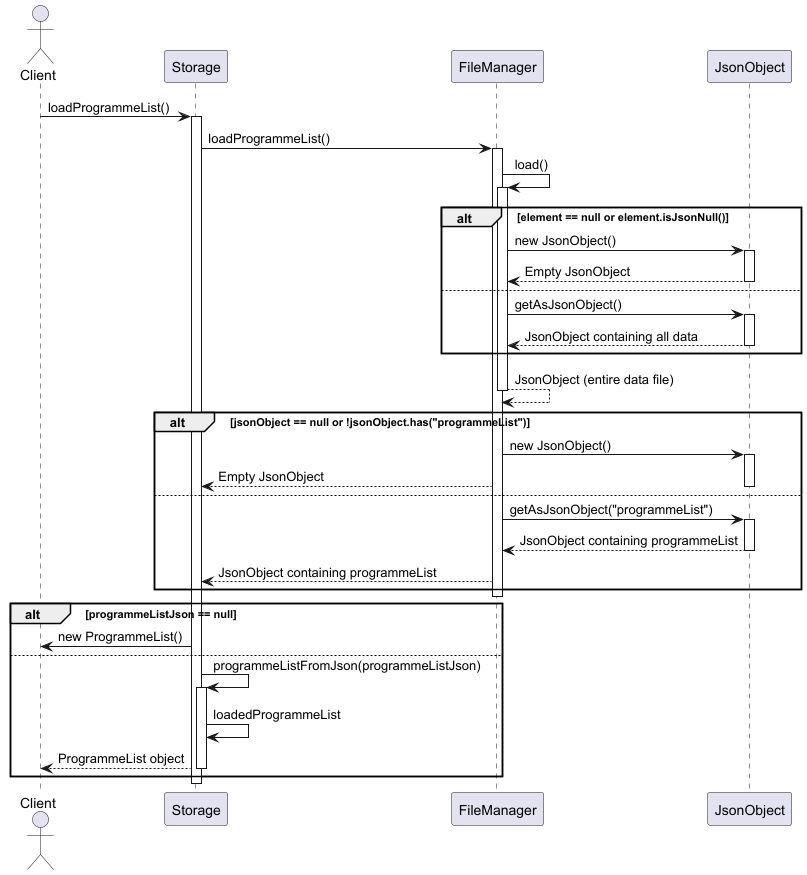
Before: docs/images/loadProgrammeListSeqenceDiagram.png, a diagram exported from PlantUML (nus-cs2113-AY2425S1/tp).
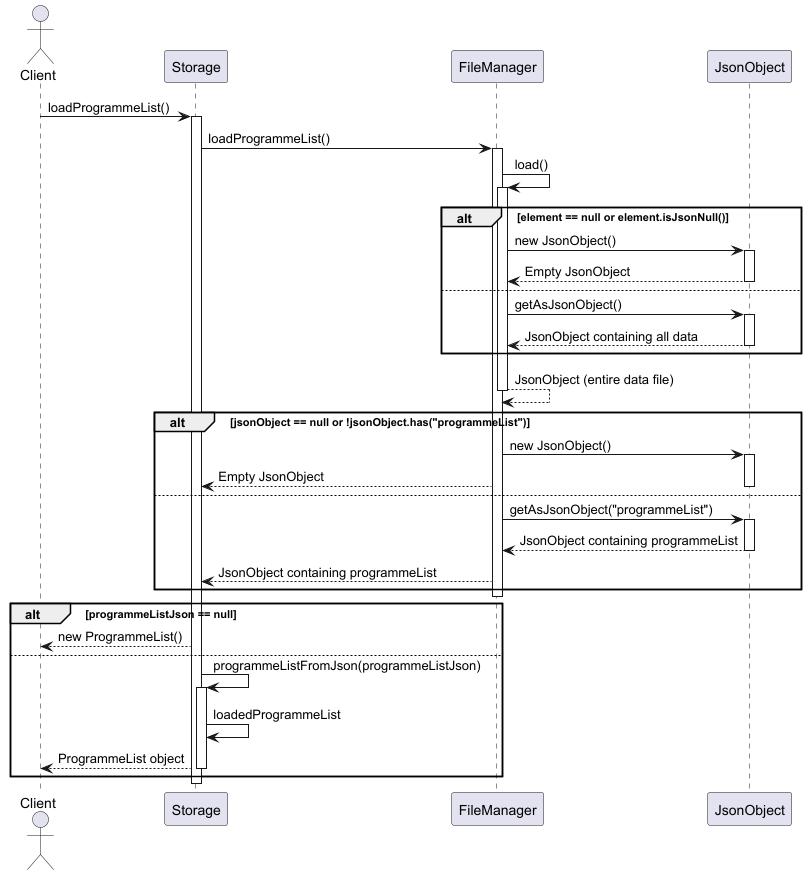
The same diagram one commit later.

Commit message:
Upload Save Sequence Diagram

The edit, as a diff of the source:
```diff
@@ -40,7 +40,7 @@
 deactivate FileManager
 
 alt programmeListJson == null
-    Storage -> Client : new ProgrammeList()
+    Storage --> Client : new ProgrammeList()
 else
     Storage -> Storage : programmeListFromJson(programmeListJson)
     activate Storage
```
